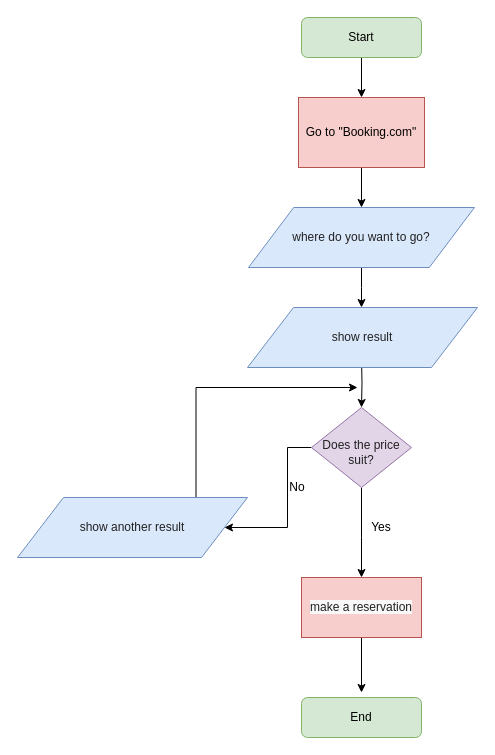
Lelious/IT-Academy keeps this draw.io diagram as Exercise1.drawio. Above is the earlier version. Source tidied: cells renumbered, new cells numbered last; positions are measured from the earlier drawing's top-left corner, leaving out a move shared by most shapes. Both pictures are drawn from the tidied source at 100%, with x=0, y=0 at pixel (17, 17).
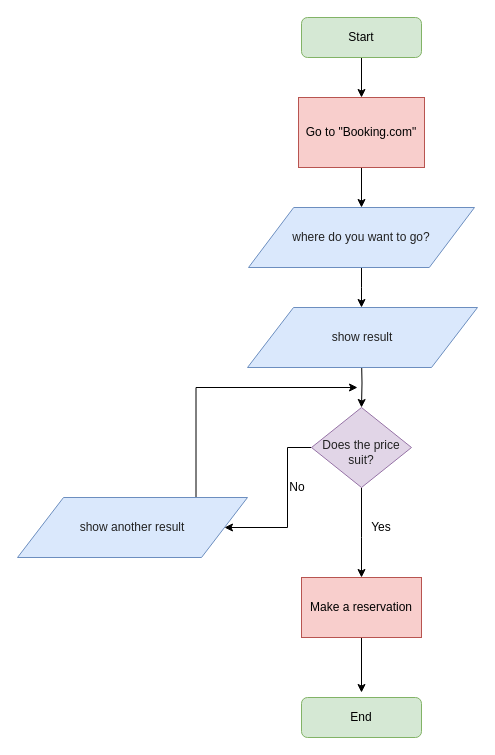
The same page after the edit.

The edit, as a diff of the source:
```diff
@@
-    <mxCell id="13" value="&lt;span style=&quot;color: rgba(0 , 0 , 0 , 0.87) ; font-family: &amp;#34;arial&amp;#34; , sans-serif ; text-align: left ; white-space: normal ; background-color: rgb(248 , 248 , 248)&quot;&gt;make a reservation&lt;/span&gt;" style="rounded=0;whiteSpace=wrap;html=1;fillColor=#f8cecc;strokeColor=#b85450;" parent="1" vertex="1">
+    <mxCell id="13" value="Make a reservation" style="rounded=0;whiteSpace=wrap;html=1;fillColor=#f8cecc;strokeColor=#b85450;" parent="1" vertex="1">
       <mxGeometry x="284" y="560" width="120" height="60" as="geometry" />
     </mxCell>
```
